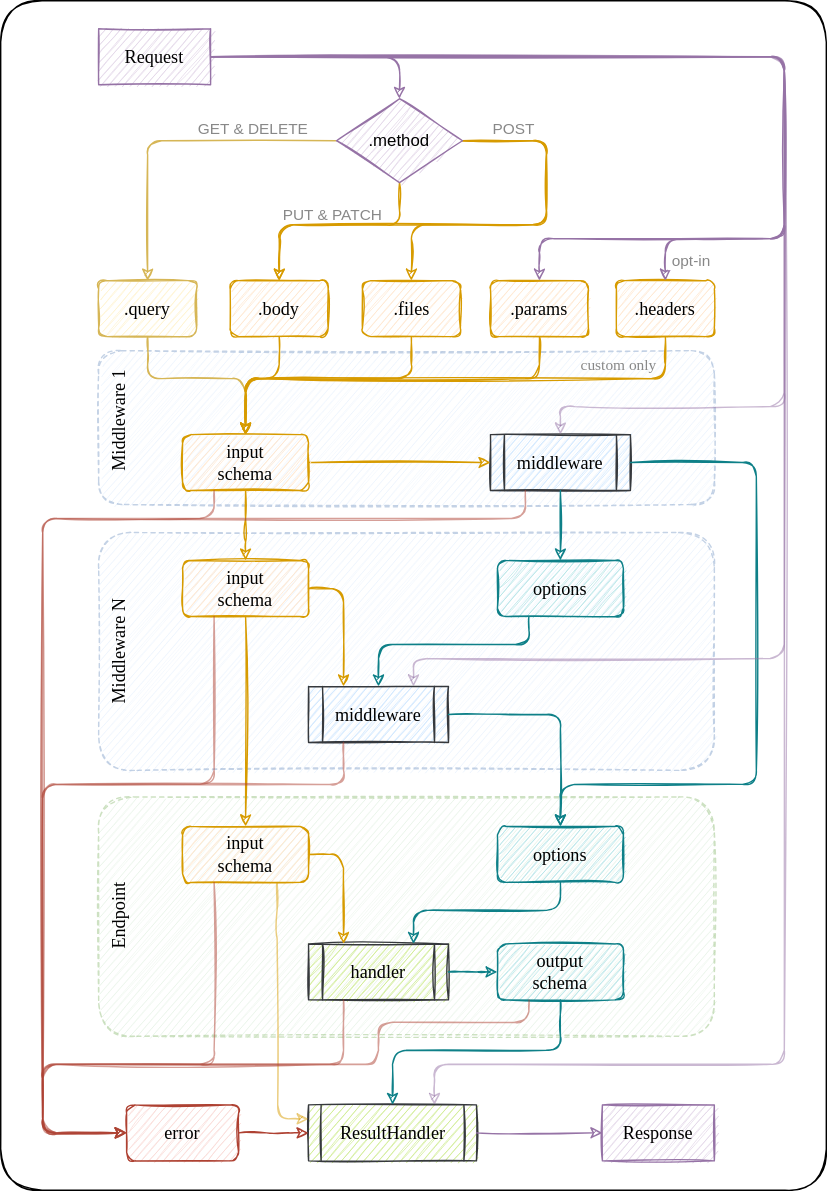
Above: dataflow.svg in RobinTail/express-zod-api (draw.io), before the change. Source tidied: cells renumbered, new cells last; positions are measured from the earlier drawing's top-left corner, leaving out a move shared by most shapes.
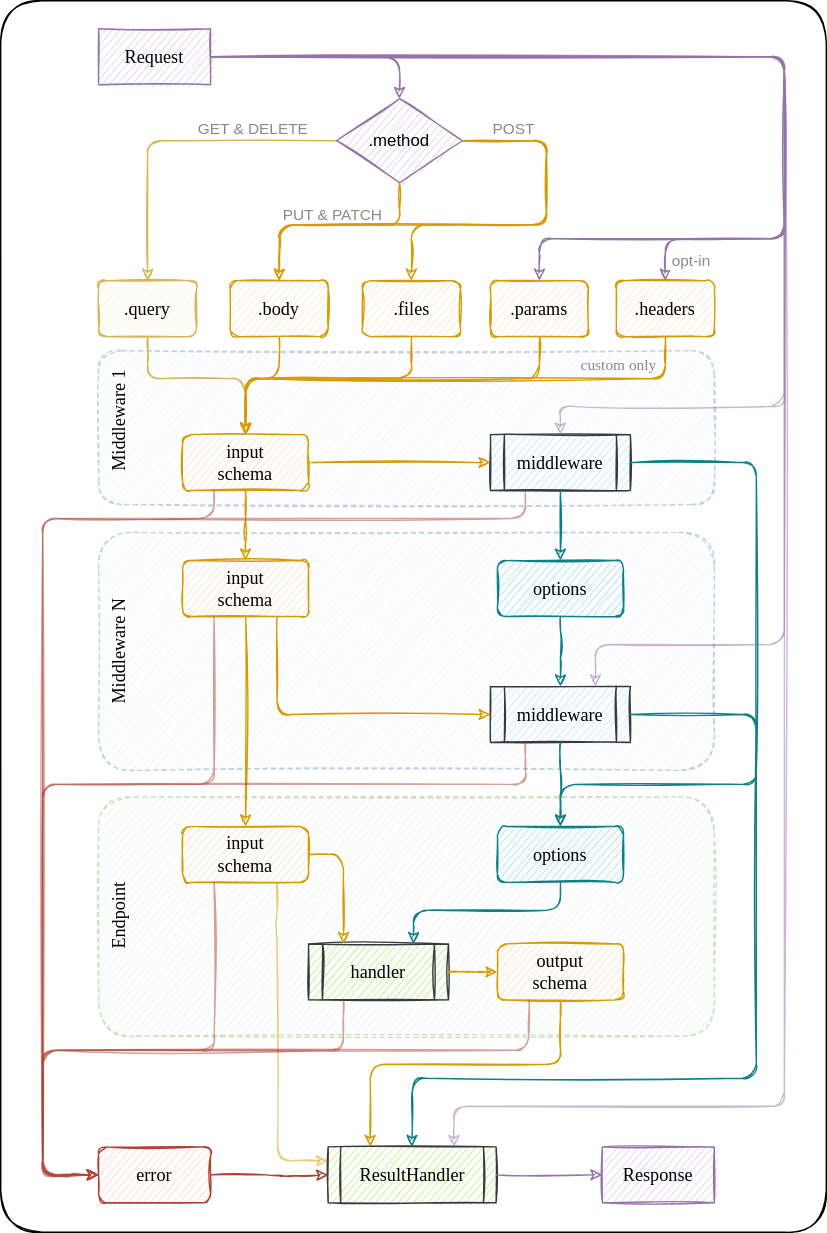
The same file after the commit.

The edit, as a diff of the source:
```diff
@@ -3,7 +3,7 @@
     <mxCell id="0" />
     <mxCell id="1" parent="0" />
     <mxCell id="2" style="rounded=1;arcSize=5;sketch=1;fontFamily=Tahoma;fontStyle=0;fontSize=13;spacingTop=0;spacing=2;html=1;whiteSpace=wrap;labelBackgroundColor=none;disableMultiStroke=0;disableMultiStrokeFill=0;sketchStyle=rough;spacingBottom=0;" parent="1" vertex="1">
-      <mxGeometry width="590" height="850" as="geometry" />
+      <mxGeometry width="590" height="880" as="geometry" />
     </mxCell>
     <mxCell id="3" value="Endpoint" style="rounded=1;dashed=1;fillColor=#d5e8d4;align=center;strokeColor=#82b366;opacity=40;verticalAlign=top;sketch=1;fontFamily=Tahoma;fontStyle=0;fontSize=13;spacingTop=0;spacing=2;html=1;whiteSpace=wrap;labelBackgroundColor=none;disableMultiStroke=0;disableMultiStrokeFill=0;sketchStyle=rough;spacingBottom=0;horizontal=0;" parent="1" vertex="1">
       <mxGeometry x="70" y="569" width="440" height="171" as="geometry" />
@@ -14,13 +14,13 @@
     <mxCell id="5" value="input&lt;br style=&quot;font-size: 13px;&quot;&gt;schema" style="rounded=1;fillColor=#ffe6cc;strokeColor=#d79b00;sketch=1;fontFamily=Tahoma;fontStyle=0;fontSize=13;spacingTop=0;spacing=2;html=1;whiteSpace=wrap;labelBackgroundColor=none;disableMultiStroke=0;disableMultiStrokeFill=0;sketchStyle=rough;spacingBottom=0;" parent="3" vertex="1">
       <mxGeometry x="60" y="21" width="90" height="40" as="geometry" />
     </mxCell>
-    <mxCell id="6" value="output&lt;br style=&quot;font-size: 13px;&quot;&gt;schema" style="rounded=1;fillColor=#b0e3e6;strokeColor=#0e8088;sketch=1;fontFamily=Tahoma;fontStyle=0;fontSize=13;spacingTop=0;spacing=2;html=1;whiteSpace=wrap;labelBackgroundColor=none;disableMultiStroke=0;disableMultiStrokeFill=0;sketchStyle=rough;spacingBottom=0;" parent="3" vertex="1">
+    <mxCell id="6" value="output&lt;br style=&quot;font-size: 13px;&quot;&gt;schema" style="rounded=1;fillColor=#ffe6cc;strokeColor=#d79b00;sketch=1;fontFamily=Tahoma;fontStyle=0;fontSize=13;spacingTop=0;spacing=2;html=1;whiteSpace=wrap;labelBackgroundColor=none;disableMultiStroke=0;disableMultiStrokeFill=0;sketchStyle=rough;spacingBottom=0;" parent="3" vertex="1">
       <mxGeometry x="285" y="105" width="90" height="40" as="geometry" />
     </mxCell>
     <mxCell id="7" value="handler" style="shape=process;backgroundOutline=1;fillColor=#cdeb8b;strokeColor=#36393d;sketch=1;fontFamily=Tahoma;fontStyle=0;fontSize=13;spacingTop=0;spacing=2;html=1;whiteSpace=wrap;labelBackgroundColor=none;disableMultiStroke=0;disableMultiStrokeFill=0;sketchStyle=rough;spacingBottom=0;" parent="3" vertex="1">
       <mxGeometry x="150" y="105" width="100" height="40" as="geometry" />
     </mxCell>
-    <mxCell id="8" style="endArrow=classic;jumpStyle=none;orthogonal=0;comic=0;rounded=1;edgeStyle=orthogonalEdgeStyle;exitX=1;exitY=0.5;exitDx=0;exitDy=0;entryX=0;entryY=0.5;entryDx=0;entryDy=0;fillColor=#b0e3e6;strokeColor=#0e8088;sketch=1;fontFamily=Tahoma;fontStyle=0;fontSize=13;spacingTop=0;spacing=2;html=1;labelBackgroundColor=none;disableMultiStroke=0;disableMultiStrokeFill=0;sketchStyle=rough;spacingBottom=0;" parent="3" edge="1" source="7" target="6">
+    <mxCell id="8" style="endArrow=classic;jumpStyle=none;orthogonal=0;comic=0;rounded=1;edgeStyle=orthogonalEdgeStyle;exitX=1;exitY=0.5;exitDx=0;exitDy=0;entryX=0;entryY=0.5;entryDx=0;entryDy=0;fillColor=#ffe6cc;strokeColor=#d79b00;sketch=1;fontFamily=Tahoma;fontStyle=0;fontSize=13;spacingTop=0;spacing=2;html=1;labelBackgroundColor=none;disableMultiStroke=0;disableMultiStrokeFill=0;sketchStyle=rough;spacingBottom=0;" parent="3" edge="1" source="7" target="6">
       <mxGeometry relative="1" as="geometry">
         <Array as="points">
           <mxPoint x="280" y="125" />
@@ -50,23 +50,23 @@
       <mxGeometry x="285" y="20" width="90" height="40" as="geometry" />
     </mxCell>
     <mxCell id="13" value="middleware" style="shape=process;backgroundOutline=1;fillColor=#cce5ff;strokeColor=#36393d;sketch=1;fontFamily=Tahoma;fontStyle=0;fontSize=13;spacingTop=0;spacing=2;html=1;whiteSpace=wrap;labelBackgroundColor=none;disableMultiStroke=0;disableMultiStrokeFill=0;sketchStyle=rough;spacingBottom=0;" parent="11" vertex="1">
-      <mxGeometry x="150" y="110" width="100" height="40" as="geometry" />
+      <mxGeometry x="280" y="110" width="100" height="40" as="geometry" />
     </mxCell>
-    <mxCell id="14" style="endArrow=classic;jumpStyle=none;orthogonal=0;comic=0;rounded=1;edgeStyle=orthogonalEdgeStyle;exitX=0.25;exitY=1;exitDx=0;exitDy=0;entryX=0.5;entryY=0;entryDx=0;entryDy=0;fillColor=#b0e3e6;strokeColor=#0e8088;sketch=1;fontFamily=Tahoma;fontStyle=0;fontSize=13;spacingTop=0;spacing=2;html=1;labelBackgroundColor=none;disableMultiStroke=0;disableMultiStrokeFill=0;sketchStyle=rough;spacingBottom=0;" parent="11" edge="1" source="12" target="13">
+    <mxCell id="14" style="endArrow=classic;jumpStyle=none;orthogonal=0;comic=0;rounded=1;edgeStyle=orthogonalEdgeStyle;exitX=0.5;exitY=1;exitDx=0;exitDy=0;entryX=0.5;entryY=0;entryDx=0;entryDy=0;fillColor=#b0e3e6;strokeColor=#0e8088;sketch=1;fontFamily=Tahoma;fontStyle=0;fontSize=13;spacingTop=0;spacing=2;html=1;labelBackgroundColor=none;disableMultiStroke=0;disableMultiStrokeFill=0;sketchStyle=rough;spacingBottom=0;" parent="11" edge="1" source="12" target="13">
       <mxGeometry relative="1" as="geometry">
         <Array as="points">
-          <mxPoint x="308" y="80" />
-          <mxPoint x="200" y="80" />
+          <mxPoint x="330" y="80" />
+          <mxPoint x="330" y="80" />
         </Array>
       </mxGeometry>
     </mxCell>
     <mxCell id="15" value="input&lt;br style=&quot;font-size: 13px;&quot;&gt;schema" style="rounded=1;fillColor=#ffe6cc;strokeColor=#d79b00;sketch=1;fontFamily=Tahoma;fontStyle=0;fontSize=13;spacingTop=0;spacing=2;html=1;whiteSpace=wrap;labelBackgroundColor=none;disableMultiStroke=0;disableMultiStrokeFill=0;sketchStyle=rough;spacingBottom=0;" parent="11" vertex="1">
       <mxGeometry x="60" y="20" width="90" height="40" as="geometry" />
     </mxCell>
-    <mxCell id="16" style="endArrow=classic;jumpStyle=none;orthogonal=0;comic=0;rounded=1;edgeStyle=orthogonalEdgeStyle;exitX=1;exitY=0.5;exitDx=0;exitDy=0;fillColor=#ffe6cc;strokeColor=#d79b00;entryX=0.25;entryY=0;entryDx=0;entryDy=0;sketch=1;fontFamily=Tahoma;fontStyle=0;fontSize=13;spacingTop=0;spacing=2;html=1;labelBackgroundColor=none;disableMultiStroke=0;disableMultiStrokeFill=0;sketchStyle=rough;spacingBottom=0;" parent="11" edge="1" source="15" target="13">
+    <mxCell id="16" style="endArrow=classic;jumpStyle=none;orthogonal=0;comic=0;rounded=1;edgeStyle=orthogonalEdgeStyle;exitX=0.75;exitY=1;exitDx=0;exitDy=0;fillColor=#ffe6cc;strokeColor=#d79b00;entryX=0;entryY=0.5;entryDx=0;entryDy=0;sketch=1;fontFamily=Tahoma;fontStyle=0;fontSize=13;spacingTop=0;spacing=2;html=1;labelBackgroundColor=none;disableMultiStroke=0;disableMultiStrokeFill=0;sketchStyle=rough;spacingBottom=0;" parent="11" edge="1" source="15" target="13">
       <mxGeometry relative="1" as="geometry">
         <Array as="points">
-          <mxPoint x="175" y="40" />
+          <mxPoint x="128" y="130" />
         </Array>
       </mxGeometry>
     </mxCell>
@@ -108,10 +108,11 @@
         </Array>
       </mxGeometry>
     </mxCell>
-    <mxCell id="26" style="endArrow=classic;jumpStyle=none;orthogonal=0;comic=0;rounded=1;edgeStyle=orthogonalEdgeStyle;fillColor=#b0e3e6;strokeColor=#0e8088;exitX=1;exitY=0.5;exitDx=0;exitDy=0;entryX=0.5;entryY=0;entryDx=0;entryDy=0;sketch=1;fontFamily=Tahoma;fontStyle=0;fontSize=13;spacingTop=0;spacing=2;html=1;labelBackgroundColor=none;disableMultiStroke=0;disableMultiStrokeFill=0;sketchStyle=rough;spacingBottom=0;" parent="1" edge="1" source="13" target="4">
+    <mxCell id="26" style="endArrow=classic;jumpStyle=none;orthogonal=0;comic=0;rounded=1;edgeStyle=orthogonalEdgeStyle;fillColor=#b0e3e6;strokeColor=#0e8088;exitX=0.5;exitY=1;exitDx=0;exitDy=0;entryX=0.5;entryY=0;entryDx=0;entryDy=0;sketch=1;fontFamily=Tahoma;fontStyle=0;fontSize=13;spacingTop=0;spacing=2;html=1;labelBackgroundColor=none;disableMultiStroke=0;disableMultiStrokeFill=0;sketchStyle=rough;spacingBottom=0;" parent="1" edge="1" source="13" target="4">
       <mxGeometry relative="1" as="geometry">
         <Array as="points">
-          <mxPoint x="400" y="510" />
+          <mxPoint x="400" y="560" />
+          <mxPoint x="400" y="560" />
         </Array>
       </mxGeometry>
     </mxCell>
@@ -134,13 +135,13 @@
       <mxGeometry relative="1" as="geometry">
         <Array as="points">
           <mxPoint x="560" y="40" />
-          <mxPoint x="560" y="470" />
-          <mxPoint x="295" y="470" />
+          <mxPoint x="560" y="460" />
+          <mxPoint x="425" y="460" />
         </Array>
       </mxGeometry>
     </mxCell>
     <mxCell id="31" value="ResultHandler" style="shape=process;backgroundOutline=1;fillColor=#CDEB8B;strokeColor=#36393d;size=0.07142857142857142;sketch=1;fontFamily=Tahoma;fontStyle=0;fontSize=13;spacingTop=0;spacing=2;html=1;whiteSpace=wrap;labelBackgroundColor=none;disableMultiStroke=0;disableMultiStrokeFill=0;sketchStyle=rough;spacingBottom=0;" parent="1" vertex="1">
-      <mxGeometry x="220" y="789" width="120" height="40" as="geometry" />
+      <mxGeometry x="234" y="819" width="120" height="40" as="geometry" />
     </mxCell>
     <mxCell id="32" style="endArrow=classic;jumpStyle=none;orthogonal=0;comic=0;rounded=1;edgeStyle=orthogonalEdgeStyle;fillColor=#ffe6cc;strokeColor=#d79b00;entryX=0;entryY=0.25;entryDx=0;entryDy=0;exitX=0.75;exitY=1;exitDx=0;exitDy=0;sketch=1;opacity=50;fontFamily=Tahoma;fontStyle=0;fontSize=13;spacingTop=0;spacing=2;html=1;labelBackgroundColor=none;disableMultiStroke=0;disableMultiStrokeFill=0;sketchStyle=rough;spacingBottom=0;" parent="1" edge="1" source="5" target="31">
       <mxGeometry relative="1" as="geometry">
@@ -150,11 +151,11 @@
         </Array>
       </mxGeometry>
     </mxCell>
-    <mxCell id="33" style="endArrow=classic;jumpStyle=none;orthogonal=0;comic=0;rounded=1;edgeStyle=orthogonalEdgeStyle;exitX=0.5;exitY=1;exitDx=0;exitDy=0;entryX=0.5;entryY=0;entryDx=0;entryDy=0;fillColor=#b0e3e6;strokeColor=#0e8088;sketch=1;fontFamily=Tahoma;fontStyle=0;fontSize=13;spacingTop=0;spacing=2;html=1;labelBackgroundColor=none;disableMultiStroke=0;disableMultiStrokeFill=0;sketchStyle=rough;spacingBottom=0;" parent="1" edge="1" source="6" target="31">
+    <mxCell id="33" style="endArrow=classic;jumpStyle=none;orthogonal=0;comic=0;rounded=1;edgeStyle=orthogonalEdgeStyle;exitX=0.5;exitY=1;exitDx=0;exitDy=0;entryX=0.25;entryY=0;entryDx=0;entryDy=0;fillColor=#ffe6cc;strokeColor=#d79b00;sketch=1;fontFamily=Tahoma;fontStyle=0;fontSize=13;spacingTop=0;spacing=2;html=1;labelBackgroundColor=none;disableMultiStroke=0;disableMultiStrokeFill=0;sketchStyle=rough;spacingBottom=0;" parent="1" edge="1" source="6" target="31">
       <mxGeometry relative="1" as="geometry">
         <Array as="points">
-          <mxPoint x="400" y="750" />
-          <mxPoint x="280" y="750" />
+          <mxPoint x="400" y="760" />
+          <mxPoint x="264" y="760" />
         </Array>
       </mxGeometry>
     </mxCell>
@@ -162,25 +163,25 @@
       <mxGeometry relative="1" as="geometry">
         <Array as="points">
           <mxPoint x="560" y="40" />
-          <mxPoint x="560" y="760" />
-          <mxPoint x="310" y="760" />
+          <mxPoint x="560" y="790" />
+          <mxPoint x="324" y="790" />
         </Array>
       </mxGeometry>
     </mxCell>
     <mxCell id="35" value="Response" style="rounded=0;fillColor=#e1d5e7;strokeColor=#9673a6;sketch=1;fontFamily=Tahoma;fontStyle=0;fontSize=13;spacingTop=0;spacing=2;html=1;whiteSpace=wrap;labelBackgroundColor=none;disableMultiStroke=0;disableMultiStrokeFill=0;sketchStyle=rough;spacingBottom=0;" parent="1" vertex="1">
-      <mxGeometry x="430" y="789" width="80" height="40" as="geometry" />
+      <mxGeometry x="430" y="819" width="80" height="40" as="geometry" />
     </mxCell>
     <mxCell id="36" style="endArrow=classic;jumpStyle=none;orthogonal=0;comic=0;rounded=1;edgeStyle=orthogonalEdgeStyle;entryX=0;entryY=0.5;entryDx=0;entryDy=0;fillColor=#e1d5e7;strokeColor=#9673a6;exitX=1;exitY=0.5;exitDx=0;exitDy=0;sketch=1;fontFamily=Tahoma;fontStyle=0;fontSize=13;spacingTop=0;spacing=2;html=1;labelBackgroundColor=none;disableMultiStroke=0;disableMultiStrokeFill=0;sketchStyle=rough;spacingBottom=0;" parent="1" edge="1" source="31" target="35">
       <mxGeometry relative="1" as="geometry" />
     </mxCell>
     <mxCell id="37" value="error" style="rounded=1;fillColor=#fad9d5;strokeColor=#ae4132;sketch=1;fontFamily=Tahoma;fontStyle=0;fontSize=13;spacingTop=0;spacing=2;html=1;whiteSpace=wrap;labelBackgroundColor=none;disableMultiStroke=0;disableMultiStrokeFill=0;sketchStyle=rough;spacingBottom=0;" parent="1" vertex="1">
-      <mxGeometry x="90" y="789" width="80" height="40" as="geometry" />
+      <mxGeometry x="70" y="819" width="80" height="40" as="geometry" />
     </mxCell>
     <mxCell id="38" style="endArrow=classic;jumpStyle=none;orthogonal=0;comic=0;rounded=1;edgeStyle=orthogonalEdgeStyle;exitX=1;exitY=0.5;exitDx=0;exitDy=0;entryX=0;entryY=0.5;entryDx=0;entryDy=0;fillColor=#fad9d5;strokeColor=#ae4132;sketch=1;fontFamily=Tahoma;fontStyle=0;fontSize=13;spacingTop=0;spacing=2;html=1;labelBackgroundColor=none;disableMultiStroke=0;disableMultiStrokeFill=0;sketchStyle=rough;spacingBottom=0;" parent="1" edge="1" source="37" target="31">
       <mxGeometry relative="1" as="geometry">
         <Array as="points">
-          <mxPoint x="200" y="809" />
-          <mxPoint x="200" y="809" />
+          <mxPoint x="200" y="839" />
+          <mxPoint x="234" y="840" />
         </Array>
       </mxGeometry>
     </mxCell>
@@ -189,25 +190,27 @@
         <Array as="points">
           <mxPoint x="375" y="370" />
           <mxPoint x="30" y="370" />
-          <mxPoint x="30" y="810" />
+          <mxPoint x="30" y="839" />
         </Array>
       </mxGeometry>
     </mxCell>
     <mxCell id="40" style="endArrow=classic;jumpStyle=none;orthogonal=0;comic=0;rounded=1;edgeStyle=orthogonalEdgeStyle;exitX=0.25;exitY=1;exitDx=0;exitDy=0;fillColor=#fad9d5;strokeColor=#ae4132;entryX=0;entryY=0.5;entryDx=0;entryDy=0;sketch=1;opacity=50;fontFamily=Tahoma;fontStyle=0;fontSize=13;spacingTop=0;spacing=2;html=1;labelBackgroundColor=none;disableMultiStroke=0;disableMultiStrokeFill=0;sketchStyle=rough;spacingBottom=0;" parent="1" edge="1" source="13" target="37">
       <mxGeometry relative="1" as="geometry">
         <Array as="points">
-          <mxPoint x="245" y="560" />
+          <mxPoint x="375" y="560" />
           <mxPoint x="30" y="560" />
-          <mxPoint x="30" y="809" />
+          <mxPoint x="30" y="839" />
         </Array>
       </mxGeometry>
     </mxCell>
     <mxCell id="41" style="endArrow=classic;jumpStyle=none;orthogonal=0;comic=0;rounded=1;edgeStyle=orthogonalEdgeStyle;exitX=0.25;exitY=1;exitDx=0;exitDy=0;fillColor=#fad9d5;strokeColor=#ae4132;entryX=0;entryY=0.5;entryDx=0;entryDy=0;sketch=1;opacity=50;fontFamily=Tahoma;fontStyle=0;fontSize=13;spacingTop=0;spacing=2;html=1;labelBackgroundColor=none;disableMultiStroke=0;disableMultiStrokeFill=0;sketchStyle=rough;spacingBottom=0;" parent="1" edge="1" source="7" target="37">
       <mxGeometry relative="1" as="geometry">
         <Array as="points">
-          <mxPoint x="245" y="760" />
-          <mxPoint x="30" y="760" />
-          <mxPoint x="30" y="809" />
+          <mxPoint x="245" y="750" />
+          <mxPoint x="30" y="750" />
+          <mxPoint x="30" y="840" />
+          <mxPoint x="50" y="840" />
+          <mxPoint x="50" y="839" />
         </Array>
       </mxGeometry>
     </mxCell>
@@ -266,7 +269,9 @@
         <Array as="points">
           <mxPoint x="153" y="370" />
           <mxPoint x="30" y="370" />
-          <mxPoint x="30" y="809" />
+          <mxPoint x="30" y="840" />
+          <mxPoint x="50" y="840" />
+          <mxPoint x="50" y="839" />
         </Array>
       </mxGeometry>
     </mxCell>
@@ -275,27 +280,29 @@
         <Array as="points">
           <mxPoint x="153" y="560" />
           <mxPoint x="30" y="560" />
-          <mxPoint x="30" y="809" />
+          <mxPoint x="30" y="840" />
+          <mxPoint x="50" y="840" />
+          <mxPoint x="50" y="839" />
         </Array>
       </mxGeometry>
     </mxCell>
     <mxCell id="51" style="endArrow=classic;jumpStyle=none;orthogonal=0;comic=0;rounded=1;edgeStyle=orthogonalEdgeStyle;exitX=0.25;exitY=1;exitDx=0;exitDy=0;fillColor=#fad9d5;strokeColor=#ae4132;entryX=0;entryY=0.5;entryDx=0;entryDy=0;sketch=1;opacity=50;fontFamily=Tahoma;fontStyle=0;fontSize=13;spacingTop=0;spacing=2;html=1;labelBackgroundColor=none;disableMultiStroke=0;disableMultiStrokeFill=0;sketchStyle=rough;spacingBottom=0;" parent="1" edge="1" source="5" target="37">
       <mxGeometry relative="1" as="geometry">
         <Array as="points">
-          <mxPoint x="153" y="760" />
-          <mxPoint x="30" y="760" />
-          <mxPoint x="30" y="810" />
+          <mxPoint x="153" y="750" />
+          <mxPoint x="30" y="750" />
+          <mxPoint x="30" y="839" />
         </Array>
       </mxGeometry>
     </mxCell>
     <mxCell id="52" style="endArrow=classic;jumpStyle=none;orthogonal=0;comic=0;rounded=1;edgeStyle=orthogonalEdgeStyle;exitX=0.25;exitY=1;exitDx=0;exitDy=0;fillColor=#fad9d5;strokeColor=#ae4132;entryX=0;entryY=0.5;entryDx=0;entryDy=0;sketch=1;opacity=50;fontFamily=Tahoma;fontStyle=0;fontSize=13;spacingTop=0;spacing=2;html=1;labelBackgroundColor=none;disableMultiStroke=0;disableMultiStrokeFill=0;sketchStyle=rough;spacingBottom=0;" parent="1" edge="1" source="6" target="37">
       <mxGeometry relative="1" as="geometry">
         <Array as="points">
-          <mxPoint x="378" y="730" />
-          <mxPoint x="270" y="730" />
-          <mxPoint x="270" y="760" />
-          <mxPoint x="30" y="760" />
-          <mxPoint x="30" y="810" />
+          <mxPoint x="378" y="750" />
+          <mxPoint x="30" y="750" />
+          <mxPoint x="30" y="840" />
+          <mxPoint x="40" y="840" />
+          <mxPoint x="40" y="839" />
         </Array>
       </mxGeometry>
     </mxCell>
@@ -377,5 +384,14 @@
         </Array>
       </mxGeometry>
     </mxCell>
+    <mxCell id="66" style="endArrow=classic;jumpStyle=none;orthogonal=0;comic=0;rounded=1;edgeStyle=orthogonalEdgeStyle;fillColor=#b0e3e6;strokeColor=#0e8088;exitX=1;exitY=0.5;exitDx=0;exitDy=0;entryX=0.5;entryY=0;entryDx=0;entryDy=0;sketch=1;fontFamily=Tahoma;fontStyle=0;fontSize=13;spacingTop=0;spacing=2;html=1;labelBackgroundColor=none;disableMultiStroke=0;disableMultiStrokeFill=0;sketchStyle=rough;spacingBottom=0;" parent="1" edge="1" source="13" target="31">
+      <mxGeometry relative="1" as="geometry">
+        <Array as="points">
+          <mxPoint x="540" y="510" />
+          <mxPoint x="540" y="770" />
+          <mxPoint x="294" y="770" />
+        </Array>
+      </mxGeometry>
+    </mxCell>
   </root>
 </mxGraphModel>
```
